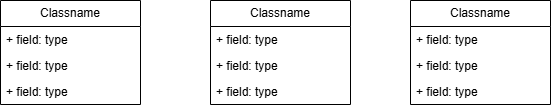
RaulFBS/Patrones-de-Diseno-Java keeps this draw.io diagram as 01-Creacionales/Factory/Ejercicio01-SistemaDeNotificaciones/diagramas/DiagramaDeClases.drawio.png. Above is the earlier version. Source tidied: cells renumbered, new cells last; positions are measured from the earlier drawing's top-left corner, leaving out a move shared by most shapes.
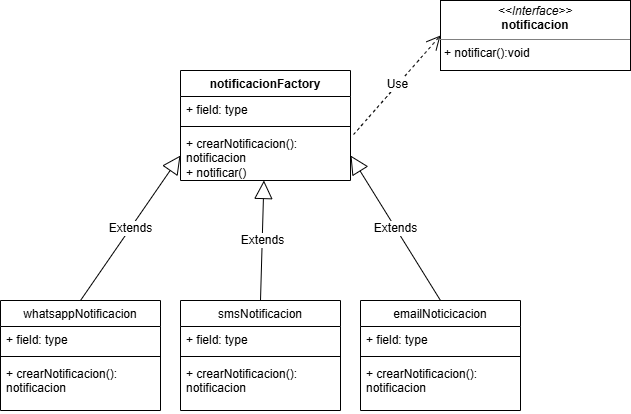
After the commit.

The edit, as a diff of the source:
```diff
@@ -2,41 +2,68 @@
   <root>
     <mxCell id="0" />
     <mxCell id="1" parent="0" />
-    <mxCell id="2" value="Classname" style="swimlane;fontStyle=0;horizontal=1;startSize=26;fillColor=none;whiteSpace=wrap;html=1;" parent="1" vertex="1">
-      <mxGeometry width="140" height="104" as="geometry" />
-    </mxCell>
-    <mxCell id="3" value="+ field: type" style="text;strokeColor=none;fillColor=none;align=left;verticalAlign=top;spacingLeft=4;spacingRight=4;overflow=hidden;whiteSpace=wrap;html=1;" parent="2" vertex="1">
-      <mxGeometry y="26" width="140" height="26" as="geometry" />
-    </mxCell>
-    <mxCell id="4" value="+ field: type" style="text;strokeColor=none;fillColor=none;align=left;verticalAlign=top;spacingLeft=4;spacingRight=4;overflow=hidden;whiteSpace=wrap;html=1;" parent="2" vertex="1">
-      <mxGeometry y="52" width="140" height="26" as="geometry" />
-    </mxCell>
-    <mxCell id="5" value="+ field: type" style="text;strokeColor=none;fillColor=none;align=left;verticalAlign=top;spacingLeft=4;spacingRight=4;overflow=hidden;whiteSpace=wrap;html=1;" parent="2" vertex="1">
-      <mxGeometry y="78" width="140" height="26" as="geometry" />
-    </mxCell>
-    <mxCell id="6" value="Classname" style="swimlane;fontStyle=0;horizontal=1;startSize=26;fillColor=none;whiteSpace=wrap;html=1;" parent="1" vertex="1">
-      <mxGeometry x="210" width="140" height="104" as="geometry" />
-    </mxCell>
-    <mxCell id="7" value="+ field: type" style="text;strokeColor=none;fillColor=none;align=left;verticalAlign=top;spacingLeft=4;spacingRight=4;overflow=hidden;whiteSpace=wrap;html=1;" parent="6" vertex="1">
-      <mxGeometry y="26" width="140" height="26" as="geometry" />
-    </mxCell>
-    <mxCell id="8" value="+ field: type" style="text;strokeColor=none;fillColor=none;align=left;verticalAlign=top;spacingLeft=4;spacingRight=4;overflow=hidden;whiteSpace=wrap;html=1;" parent="6" vertex="1">
-      <mxGeometry y="52" width="140" height="26" as="geometry" />
-    </mxCell>
-    <mxCell id="9" value="+ field: type" style="text;strokeColor=none;fillColor=none;align=left;verticalAlign=top;spacingLeft=4;spacingRight=4;overflow=hidden;whiteSpace=wrap;html=1;" parent="6" vertex="1">
-      <mxGeometry y="78" width="140" height="26" as="geometry" />
-    </mxCell>
-    <mxCell id="10" value="Classname" style="swimlane;fontStyle=0;horizontal=1;startSize=26;fillColor=none;whiteSpace=wrap;html=1;" parent="1" vertex="1">
-      <mxGeometry x="410" width="140" height="104" as="geometry" />
-    </mxCell>
-    <mxCell id="11" value="+ field: type" style="text;strokeColor=none;fillColor=none;align=left;verticalAlign=top;spacingLeft=4;spacingRight=4;overflow=hidden;whiteSpace=wrap;html=1;" parent="10" vertex="1">
-      <mxGeometry y="26" width="140" height="26" as="geometry" />
-    </mxCell>
-    <mxCell id="12" value="+ field: type" style="text;strokeColor=none;fillColor=none;align=left;verticalAlign=top;spacingLeft=4;spacingRight=4;overflow=hidden;whiteSpace=wrap;html=1;" parent="10" vertex="1">
-      <mxGeometry y="52" width="140" height="26" as="geometry" />
-    </mxCell>
-    <mxCell id="13" value="+ field: type" style="text;strokeColor=none;fillColor=none;align=left;verticalAlign=top;spacingLeft=4;spacingRight=4;overflow=hidden;whiteSpace=wrap;html=1;" parent="10" vertex="1">
-      <mxGeometry y="78" width="140" height="26" as="geometry" />
-    </mxCell>
+    <mxCell id="14" value="&lt;p style=&quot;margin:0px;margin-top:4px;text-align:center;&quot;&gt;&lt;i&gt;&amp;lt;&amp;lt;Interface&amp;gt;&amp;gt;&lt;/i&gt;&lt;br&gt;&lt;b&gt;notificacion&lt;/b&gt;&lt;/p&gt;&lt;hr size=&quot;1&quot; style=&quot;border-style:solid;&quot;&gt;&lt;p style=&quot;margin:0px;margin-left:4px;&quot;&gt;+ notificar():void&lt;/p&gt;" style="verticalAlign=top;align=left;overflow=fill;html=1;whiteSpace=wrap;" parent="1" vertex="1">
+      <mxGeometry x="470" y="-265" width="190" height="70" as="geometry" />
+    </mxCell>
+    <mxCell id="15" value="&lt;span style=&quot;font-weight: 400;&quot;&gt;emailNoticicacion&lt;/span&gt;" style="swimlane;fontStyle=1;align=center;verticalAlign=top;horizontal=1;startSize=26;whiteSpace=wrap;html=1;" parent="1" vertex="1">
+      <mxGeometry x="390" y="35" width="160" height="110" as="geometry" />
+    </mxCell>
+    <mxCell id="16" value="+ field: type" style="text;strokeColor=none;fillColor=none;align=left;verticalAlign=top;spacingLeft=4;spacingRight=4;overflow=hidden;whiteSpace=wrap;html=1;" parent="15" vertex="1">
+      <mxGeometry y="26" width="160" height="26" as="geometry" />
+    </mxCell>
+    <mxCell id="17" style="line;strokeWidth=1;fillColor=none;align=left;verticalAlign=middle;spacingTop=-1;spacingLeft=3;spacingRight=3;labelPosition=right;strokeColor=inherit;" parent="15" vertex="1">
+      <mxGeometry y="52" width="160" height="8" as="geometry" />
+    </mxCell>
+    <mxCell id="18" value="+ crearNotificacion(): notificacion" style="text;strokeColor=none;fillColor=none;align=left;verticalAlign=top;spacingLeft=4;spacingRight=4;overflow=hidden;whiteSpace=wrap;html=1;" parent="15" vertex="1">
+      <mxGeometry y="60" width="160" height="50" as="geometry" />
+    </mxCell>
+    <mxCell id="19" value="&lt;span style=&quot;font-weight: 400;&quot;&gt;whatsappNotificacion&lt;/span&gt;" style="swimlane;fontStyle=1;align=center;verticalAlign=top;horizontal=1;startSize=26;whiteSpace=wrap;html=1;" parent="1" vertex="1">
+      <mxGeometry x="30" y="35" width="160" height="110" as="geometry" />
+    </mxCell>
+    <mxCell id="20" value="+ field: type" style="text;strokeColor=none;fillColor=none;align=left;verticalAlign=top;spacingLeft=4;spacingRight=4;overflow=hidden;whiteSpace=wrap;html=1;" parent="19" vertex="1">
+      <mxGeometry y="26" width="160" height="26" as="geometry" />
+    </mxCell>
+    <mxCell id="21" style="line;strokeWidth=1;fillColor=none;align=left;verticalAlign=middle;spacingTop=-1;spacingLeft=3;spacingRight=3;labelPosition=right;strokeColor=inherit;" parent="19" vertex="1">
+      <mxGeometry y="52" width="160" height="8" as="geometry" />
+    </mxCell>
+    <mxCell id="22" value="+ crearNotificacion(): notificacion" style="text;strokeColor=none;fillColor=none;align=left;verticalAlign=top;spacingLeft=4;spacingRight=4;overflow=hidden;whiteSpace=wrap;html=1;" parent="19" vertex="1">
+      <mxGeometry y="60" width="160" height="50" as="geometry" />
+    </mxCell>
+    <mxCell id="23" value="&lt;span style=&quot;font-weight: 400;&quot;&gt;smsNotificacion&lt;/span&gt;" style="swimlane;fontStyle=1;align=center;verticalAlign=top;horizontal=1;startSize=26;whiteSpace=wrap;html=1;" parent="1" vertex="1">
+      <mxGeometry x="210" y="35" width="160" height="110" as="geometry" />
+    </mxCell>
+    <mxCell id="24" value="+ field: type" style="text;strokeColor=none;fillColor=none;align=left;verticalAlign=top;spacingLeft=4;spacingRight=4;overflow=hidden;whiteSpace=wrap;html=1;" parent="23" vertex="1">
+      <mxGeometry y="26" width="160" height="26" as="geometry" />
+    </mxCell>
+    <mxCell id="25" style="line;strokeWidth=1;fillColor=none;align=left;verticalAlign=middle;spacingTop=-1;spacingLeft=3;spacingRight=3;labelPosition=right;strokeColor=inherit;" parent="23" vertex="1">
+      <mxGeometry y="52" width="160" height="8" as="geometry" />
+    </mxCell>
+    <mxCell id="26" value="+ crearNotificacion(): notificacion" style="text;strokeColor=none;fillColor=none;align=left;verticalAlign=top;spacingLeft=4;spacingRight=4;overflow=hidden;whiteSpace=wrap;html=1;" parent="23" vertex="1">
+      <mxGeometry y="60" width="160" height="50" as="geometry" />
+    </mxCell>
+    <mxCell id="27" value="Extends" style="endArrow=block;endSize=16;endFill=0;html=1;rounded=0;fontSize=12;curved=1;exitX=0.5;exitY=0;exitDx=0;exitDy=0;entryX=0;entryY=0.5;entryDx=0;entryDy=0;" parent="1" edge="1" source="19" target="33">
+      <mxGeometry relative="1" as="geometry" />
+    </mxCell>
+    <mxCell id="28" value="Extends" style="endArrow=block;endSize=16;endFill=0;html=1;rounded=0;fontSize=12;curved=1;exitX=0.5;exitY=0;exitDx=0;exitDy=0;" parent="1" edge="1" source="23" target="30">
+      <mxGeometry relative="1" as="geometry" />
+    </mxCell>
+    <mxCell id="29" value="Extends" style="endArrow=block;endSize=16;endFill=0;html=1;rounded=0;fontSize=12;curved=1;exitX=0.5;exitY=0;exitDx=0;exitDy=0;entryX=1;entryY=0.5;entryDx=0;entryDy=0;" parent="1" edge="1" source="15" target="33">
+      <mxGeometry relative="1" as="geometry" />
+    </mxCell>
+    <mxCell id="30" value="notificacionFactory" style="swimlane;fontStyle=1;align=center;verticalAlign=top;horizontal=1;startSize=26;whiteSpace=wrap;html=1;" parent="1" vertex="1">
+      <mxGeometry x="210" y="-195" width="170" height="110" as="geometry" />
+    </mxCell>
+    <mxCell id="31" value="+ field: type" style="text;strokeColor=none;fillColor=none;align=left;verticalAlign=top;spacingLeft=4;spacingRight=4;overflow=hidden;whiteSpace=wrap;html=1;" parent="30" vertex="1">
+      <mxGeometry y="26" width="170" height="26" as="geometry" />
+    </mxCell>
+    <mxCell id="32" style="line;strokeWidth=1;fillColor=none;align=left;verticalAlign=middle;spacingTop=-1;spacingLeft=3;spacingRight=3;labelPosition=right;strokeColor=inherit;" parent="30" vertex="1">
+      <mxGeometry y="52" width="170" height="8" as="geometry" />
+    </mxCell>
+    <mxCell id="33" value="+ crearNotificacion(): notificacion&lt;div&gt;+ notificar()&lt;/div&gt;" style="text;strokeColor=none;fillColor=none;align=left;verticalAlign=top;spacingLeft=4;spacingRight=4;overflow=hidden;points=[[0,0.5],[1,0.5]];portConstraint=eastwest;whiteSpace=wrap;html=1;" parent="30" vertex="1">
+      <mxGeometry y="60" width="170" height="50" as="geometry" />
+    </mxCell>
+    <mxCell id="34" value="Use" style="endArrow=open;endSize=12;dashed=1;html=1;rounded=0;fontSize=12;curved=1;entryX=0;entryY=0.5;entryDx=0;entryDy=0;exitX=1.018;exitY=0.08;exitDx=0;exitDy=0;exitPerimeter=0;" parent="1" edge="1" source="33" target="14">
+      <mxGeometry relative="1" as="geometry" />
+    </mxCell>
   </root>
 </mxGraphModel>
```
